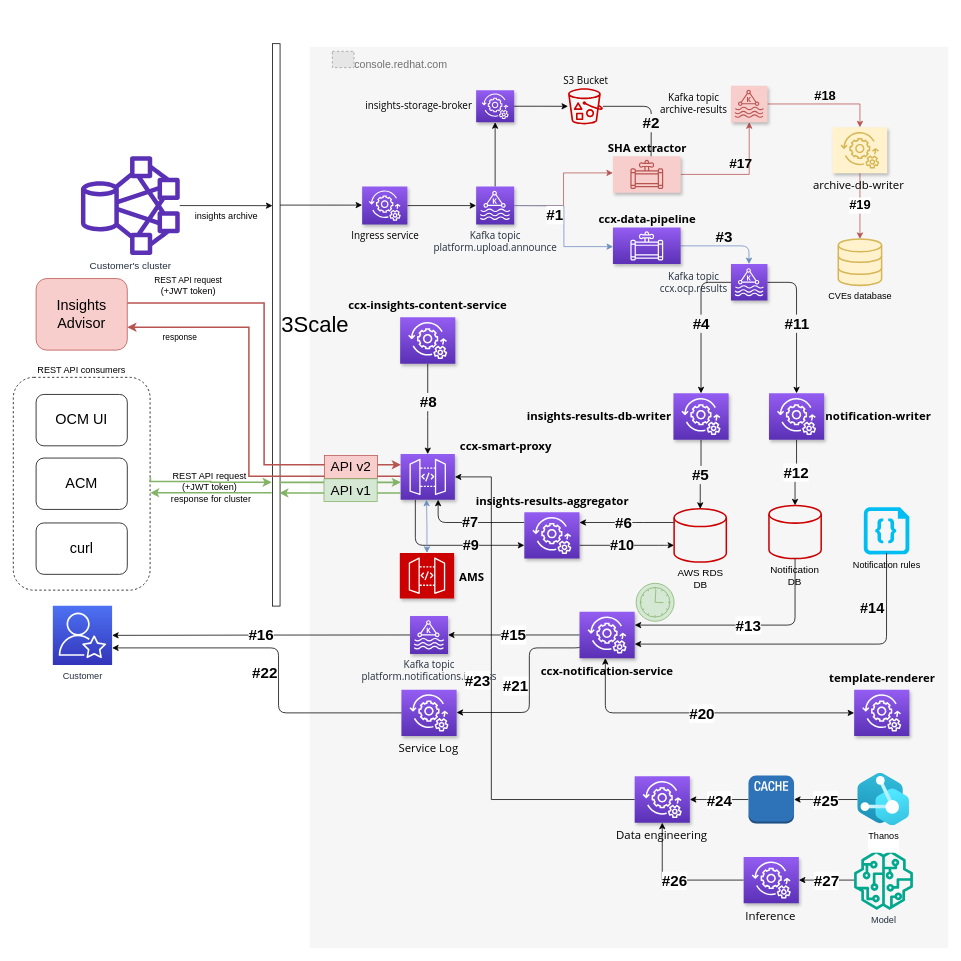
Before: docs/images/Overall_architecture.drawio in RedHatInsights/insights-results-smart-proxy, a draw.io diagram. Source tidied: cells renumbered, new cells numbered last; positions are measured from the earlier drawing's top-left corner, leaving out a move shared by most shapes. Both pictures are drawn from the tidied source at 76%, with x=0, y=0 at pixel (13, 13). Pictures stored in the file or linked from it are replaced by grey dashed boxes.
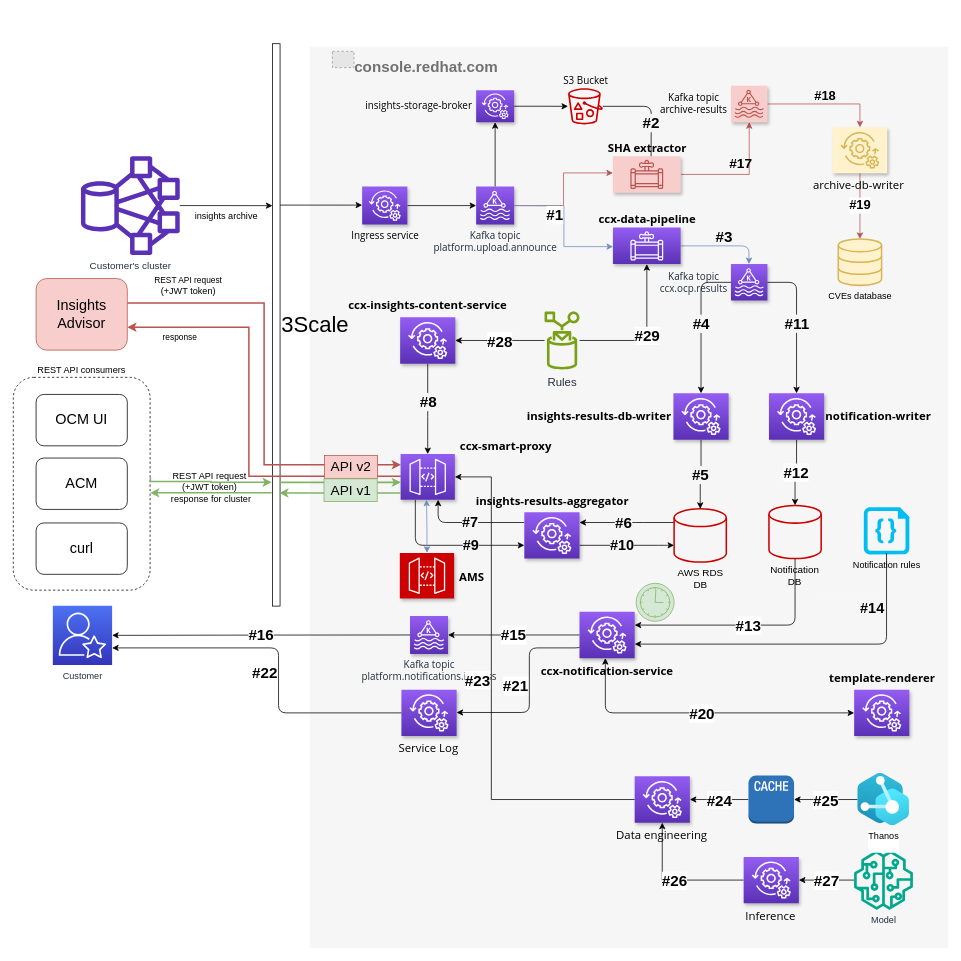
The same page after the edit.

The change refers to these unchanged cells:
```xml
<mxCell id="26" value="&lt;div&gt;ccx-insights-content-service&lt;/div&gt;" style="outlineConnect=0;fontColor=#000000;gradientColor=#945DF2;gradientDirection=north;fillColor=#5A30B5;strokeColor=#FFFFFF;dashed=0;verticalLabelPosition=top;verticalAlign=bottom;align=center;html=1;fontSize=15;fontStyle=1;shape=mxgraph.aws4.resourceIcon;resIcon=mxgraph.aws4.managed_services;fontFamily=Open Sans;labelPosition=center;shadow=1;spacingBottom=5;" parent="1" vertex="1">
  <mxGeometry x="509" y="400" width="72.6" height="61" as="geometry" />
</mxCell>
<mxCell id="66" value="&lt;div&gt;&lt;b&gt;&lt;span style=&quot;font-size: 15px&quot;&gt;ccx-data-pipeline&lt;/span&gt;&lt;/b&gt;&lt;/div&gt;" style="outlineConnect=0;fontColor=#000000;gradientColor=#945DF2;gradientDirection=north;fillColor=#5A30B5;strokeColor=#ffffff;dashed=0;verticalLabelPosition=top;verticalAlign=bottom;align=center;html=1;fontSize=15;fontStyle=1;shape=mxgraph.aws4.resourceIcon;resIcon=mxgraph.aws4.data_pipeline;fontFamily=Open Sans;shadow=1;labelPosition=center;" parent="1" vertex="1">
  <mxGeometry x="789" y="282" width="89.1" height="48" as="geometry" />
</mxCell>
```

The edit, as a diff of the source:
```diff
@@
-    <mxCell id="2" value="console.redhat.com" style="fillColor=#F6F6F6;strokeColor=none;shadow=0;gradientColor=none;fontSize=14;align=left;spacing=10;fontColor=#717171;9E9E9E;verticalAlign=top;spacingTop=0;fontStyle=0;spacingLeft=49;html=1;rounded=0;" parent="1" vertex="1">
+    <mxCell id="2" value="console.redhat.com" style="fillColor=#F6F6F6;strokeColor=none;shadow=0;gradientColor=none;fontSize=20;align=left;spacing=10;fontColor=#717171;9E9E9E;verticalAlign=top;spacingTop=0;fontStyle=1;spacingLeft=49;html=1;rounded=0;" parent="1" vertex="1">
       <mxGeometry x="390" y="44" width="840" height="1186" as="geometry" />
     </mxCell>
@@
+    <mxCell id="91" value="#28" style="edgeStyle=orthogonalEdgeStyle;rounded=0;jettySize=auto;html=1;fontSize=20;fontStyle=1;" parent="1" edge="1" source="93" target="26">
+      <mxGeometry relative="1" as="geometry">
+        <Array as="points">
+          <mxPoint x="649" y="431" />
+          <mxPoint x="649" y="431" />
+        </Array>
+      </mxGeometry>
+    </mxCell>
+    <mxCell id="92" value="#29" style="edgeStyle=orthogonalEdgeStyle;rounded=0;jettySize=auto;html=1;fontSize=20;fontStyle=1;" parent="1" edge="1" source="93" target="66">
+      <mxGeometry relative="1" as="geometry" />
+    </mxCell>
+    <mxCell id="93" value="&lt;font style=&quot;font-size: 15px;&quot;&gt;Rules&lt;/font&gt;" style="sketch=0;outlineConnect=0;fontColor=#232F3E;gradientColor=none;fillColor=#7AA116;strokeColor=none;dashed=0;verticalLabelPosition=bottom;verticalAlign=top;align=center;html=1;fontSize=12;fontStyle=0;shape=mxgraph.aws4.rule;" parent="1" vertex="1">
+      <mxGeometry x="699" y="391.5" width="46" height="78" as="geometry" />
+    </mxCell>
```
